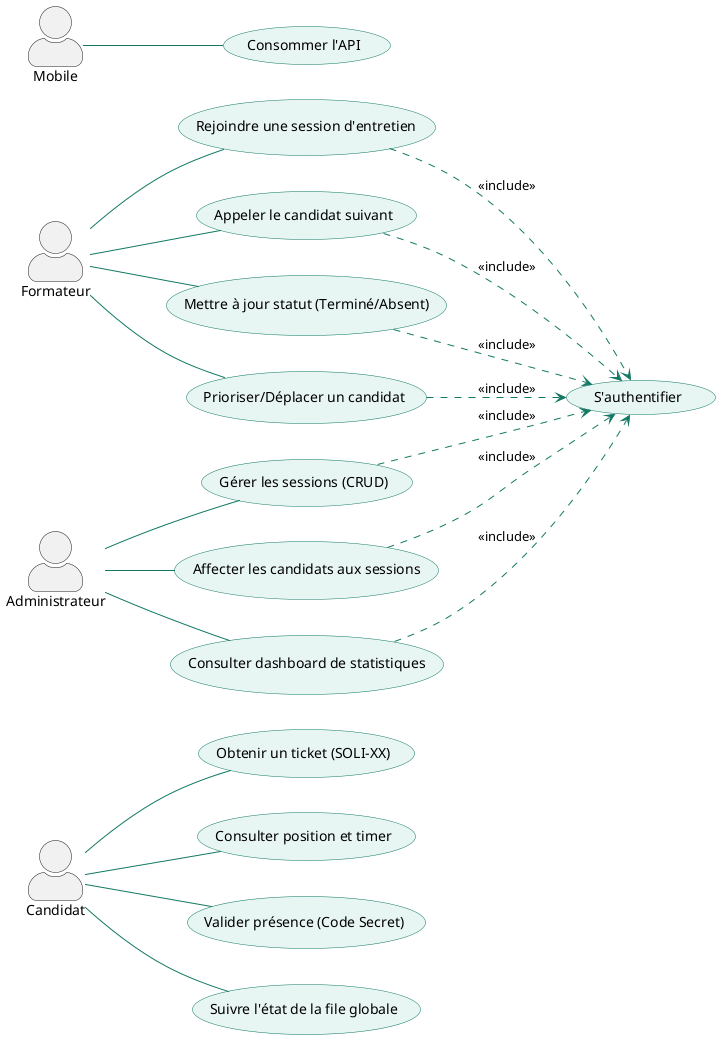
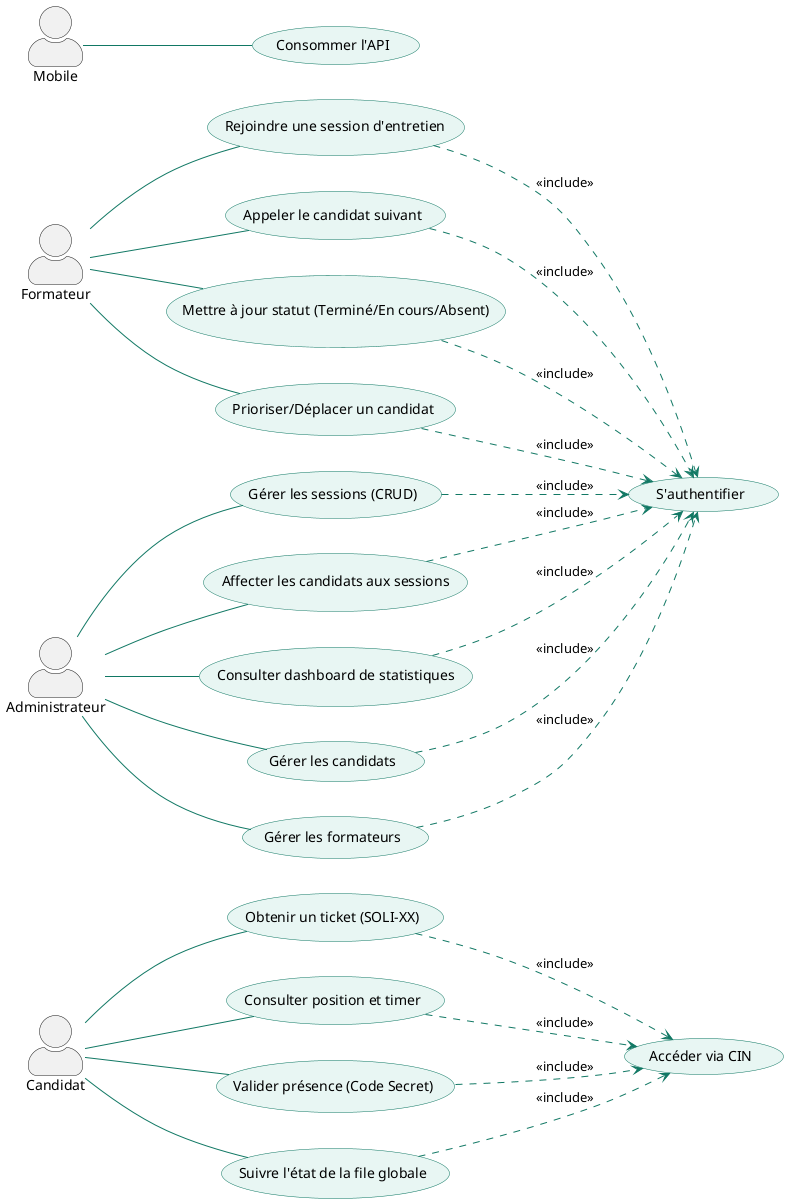
@startuml SoliQueue_Sprint1_MVP
left to right direction
skinparam actorStyle awesome

skinparam usecase {
    BackgroundColor #E8F6F3
    BorderColor #117864
    ArrowColor #117864
}

' Acteurs
actor "Candidat" as C
actor "Formateur" as F
actor "Administrateur" as Admin
actor "Mobile" as Mob


' =========================
' Candidat
' =========================

usecase "Obtenir un ticket (SOLI-XX)" as UC1
usecase "Consulter position et timer" as UC2
usecase "Valider présence (Code Secret)" as UC3
usecase "Suivre l'état de la file globale" as UC4

C -- UC1
C -- UC2
C -- UC3
C -- UC4


' =========================
' Formateur
' =========================

usecase "Rejoindre une session d'entretien" as UC7
usecase "Appeler le candidat suivant" as UC8
- usecase "Mettre à jour statut (Terminé/Absent)" as UC9
+ usecase "Mettre à jour statut (Terminé/En cours/Absent)" as UC9
usecase "Prioriser/Déplacer un candidat" as UC10

F -- UC7
F -- UC8
F -- UC9
F -- UC10



' =========================
' Administrateur
' =========================

usecase "Gérer les sessions (CRUD)" as UC11
usecase "Affecter les candidats aux sessions" as UC12
usecase "Consulter dashboard de statistiques" as UC13
+ usecase "Gérer les candidats" as UC14
+ usecase "Gérer les formateurs" as UC15

Admin -- UC11
Admin -- UC12
Admin -- UC13
+ Admin -- UC14
+ Admin -- UC15


' =========================
' Mobile
' =========================

usecase "Consommer l'API" as API

Mob -- API


' =========================
' Authentification
' =========================

usecase "S'authentifier" as Auth
+ usecase "Accéder via CIN" as Auth2

UC7 ..> Auth : <<include>>
UC8 ..> Auth : <<include>>
UC9 ..> Auth : <<include>>
UC10 ..> Auth : <<include>>
UC11 ..> Auth : <<include>>
UC12 ..> Auth : <<include>>
UC13 ..> Auth : <<include>>
+ UC14 ..> Auth : <<include>>
+ UC15 ..> Auth : <<include>>
+ 
+ UC1 ..> Auth2 : <<include>>
+ UC2 ..> Auth2 : <<include>>
+ UC3 ..> Auth2 : <<include>>
+ UC4 ..> Auth2 : <<include>>

@enduml